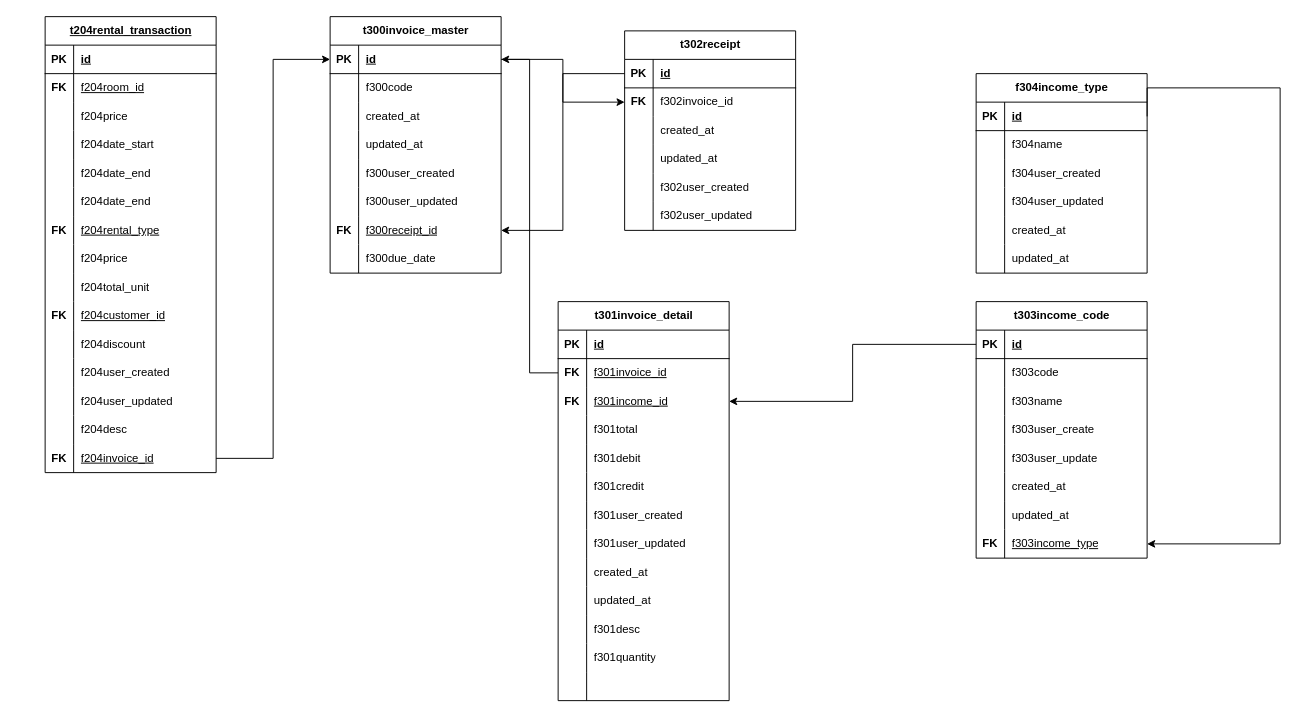
The draw.io diagram page "Billing Management" (2 of 4) of rentall_app.drawio in harishaikal940322/diagram, before the edit. Source tidied: cells renumbered, new cells numbered last; positions are measured from the earlier drawing's top-left corner, leaving out a move shared by most shapes. Both pictures are drawn from the tidied source at 95%, with x=0, y=0 at pixel (45, 16).
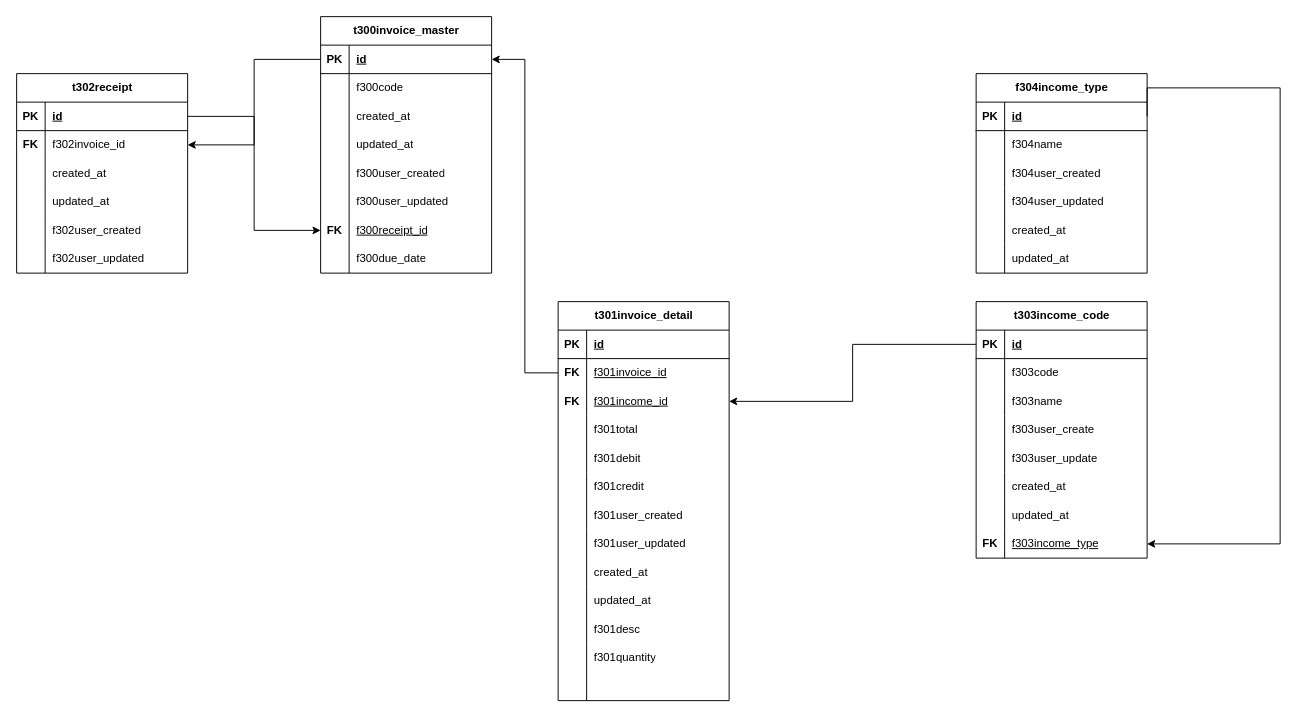
The same diagram, later.

The change refers to these unchanged cells:
```xml
<mxCell id="49" style="shape=tableRow;horizontal=0;startSize=0;swimlaneHead=0;swimlaneBody=0;fillColor=none;points=[[0,0.5],[1,0.5]];portConstraint=eastwest;top=0;left=0;right=0;bottom=1;" parent="48" vertex="1">
  <mxGeometry y="30" width="180" height="30" as="geometry" />
</mxCell>
<mxCell id="67" style="shape=tableRow;horizontal=0;startSize=0;swimlaneHead=0;swimlaneBody=0;fillColor=none;points=[[0,0.5],[1,0.5]];portConstraint=eastwest;top=0;left=0;right=0;bottom=0;" parent="48" vertex="1">
  <mxGeometry y="210" width="180" height="30" as="geometry" />
</mxCell>
<mxCell id="75" style="shape=tableRow;horizontal=0;startSize=0;swimlaneHead=0;swimlaneBody=0;fillColor=none;points=[[0,0.5],[1,0.5]];portConstraint=eastwest;top=0;left=0;right=0;bottom=1;" parent="74" vertex="1">
  <mxGeometry y="30" width="180" height="30" as="geometry" />
</mxCell>
<mxCell id="78" style="shape=tableRow;horizontal=0;startSize=0;swimlaneHead=0;swimlaneBody=0;fillColor=none;points=[[0,0.5],[1,0.5]];portConstraint=eastwest;top=0;left=0;right=0;bottom=0;" parent="74" vertex="1">
  <mxGeometry y="60" width="180" height="30" as="geometry" />
</mxCell>
```

Diff of the diagram source:
```diff
@@
-    <mxCell id="2" value="t204rental_transaction" style="shape=table;startSize=30;childLayout=tableLayout;rowLines=0;fontStyle=5;align=center;html=1;" parent="1" vertex="1">
-      <mxGeometry width="180" height="480" as="geometry" />
-    </mxCell>
-    <mxCell id="3" style="shape=tableRow;horizontal=0;startSize=0;swimlaneHead=0;swimlaneBody=0;fillColor=none;top=0;left=0;right=0;bottom=1;" parent="2" vertex="1">
-      <mxGeometry y="30" width="180" height="30" as="geometry" />
-    </mxCell>
-    <mxCell id="4" value="PK" style="shape=partialRectangle;fillColor=none;top=0;left=0;bottom=0;right=0;fontStyle=1;overflow=hidden;whiteSpace=wrap;html=1;" parent="3" vertex="1">
-      <mxGeometry width="30" height="30" as="geometry" />
-    </mxCell>
-    <mxCell id="5" value="id" style="shape=partialRectangle;fillColor=none;top=0;left=0;bottom=0;right=0;align=left;spacingLeft=6;fontStyle=5;overflow=hidden;whiteSpace=wrap;html=1;" parent="3" vertex="1">
-      <mxGeometry x="30" width="150" height="30" as="geometry" />
-    </mxCell>
-    <mxCell id="6" style="shape=tableRow;horizontal=0;startSize=0;swimlaneHead=0;swimlaneBody=0;fillColor=none;top=0;left=0;right=0;bottom=0;" parent="2" vertex="1">
-      <mxGeometry y="60" width="180" height="30" as="geometry" />
-    </mxCell>
-    <mxCell id="7" value="&lt;b&gt;FK&lt;/b&gt;" style="shape=partialRectangle;fillColor=none;top=0;left=0;bottom=0;right=0;overflow=hidden;whiteSpace=wrap;html=1;" parent="6" vertex="1">
-      <mxGeometry width="30" height="30" as="geometry" />
-    </mxCell>
-    <mxCell id="8" value="&lt;u&gt;f204room_id&lt;/u&gt;" style="shape=partialRectangle;fillColor=none;top=0;left=0;bottom=0;right=0;align=left;spacingLeft=6;overflow=hidden;whiteSpace=wrap;html=1;" parent="6" vertex="1">
-      <mxGeometry x="30" width="150" height="30" as="geometry" />
-    </mxCell>
-    <mxCell id="9" style="shape=tableRow;horizontal=0;startSize=0;swimlaneHead=0;swimlaneBody=0;fillColor=none;top=0;left=0;right=0;bottom=0;" parent="2" vertex="1">
-      <mxGeometry y="90" width="180" height="30" as="geometry" />
-    </mxCell>
-    <mxCell id="10" style="shape=partialRectangle;fillColor=none;top=0;left=0;bottom=0;right=0;overflow=hidden;whiteSpace=wrap;html=1;" parent="9" vertex="1">
-      <mxGeometry width="30" height="30" as="geometry" />
-    </mxCell>
-    <mxCell id="11" value="f204price" style="shape=partialRectangle;fillColor=none;top=0;left=0;bottom=0;right=0;align=left;spacingLeft=6;overflow=hidden;whiteSpace=wrap;html=1;" parent="9" vertex="1">
-      <mxGeometry x="30" width="150" height="30" as="geometry" />
-    </mxCell>
-    <mxCell id="12" style="shape=tableRow;horizontal=0;startSize=0;swimlaneHead=0;swimlaneBody=0;fillColor=none;top=0;left=0;right=0;bottom=0;" parent="2" vertex="1">
-      <mxGeometry y="120" width="180" height="30" as="geometry" />
-    </mxCell>
-    <mxCell id="13" style="shape=partialRectangle;fillColor=none;top=0;left=0;bottom=0;right=0;overflow=hidden;whiteSpace=wrap;html=1;" parent="12" vertex="1">
-      <mxGeometry width="30" height="30" as="geometry" />
-    </mxCell>
-    <mxCell id="14" value="f204date_start" style="shape=partialRectangle;fillColor=none;top=0;left=0;bottom=0;right=0;align=left;spacingLeft=6;overflow=hidden;whiteSpace=wrap;html=1;" parent="12" vertex="1">
-      <mxGeometry x="30" width="150" height="30" as="geometry" />
-    </mxCell>
-    <mxCell id="15" style="shape=tableRow;horizontal=0;startSize=0;swimlaneHead=0;swimlaneBody=0;fillColor=none;top=0;left=0;right=0;bottom=0;" parent="2" vertex="1">
-      <mxGeometry y="150" width="180" height="30" as="geometry" />
-    </mxCell>
-    <mxCell id="16" style="shape=partialRectangle;fillColor=none;top=0;left=0;bottom=0;right=0;overflow=hidden;whiteSpace=wrap;html=1;" parent="15" vertex="1">
-      <mxGeometry width="30" height="30" as="geometry" />
-    </mxCell>
-    <mxCell id="17" value="f204date_end" style="shape=partialRectangle;fillColor=none;top=0;left=0;bottom=0;right=0;align=left;spacingLeft=6;overflow=hidden;whiteSpace=wrap;html=1;" parent="15" vertex="1">
-      <mxGeometry x="30" width="150" height="30" as="geometry" />
-    </mxCell>
-    <mxCell id="18" style="shape=tableRow;horizontal=0;startSize=0;swimlaneHead=0;swimlaneBody=0;fillColor=none;top=0;left=0;right=0;bottom=0;" parent="2" vertex="1">
-      <mxGeometry y="180" width="180" height="30" as="geometry" />
-    </mxCell>
-    <mxCell id="19" style="shape=partialRectangle;fillColor=none;top=0;left=0;bottom=0;right=0;overflow=hidden;whiteSpace=wrap;html=1;" parent="18" vertex="1">
-      <mxGeometry width="30" height="30" as="geometry" />
-    </mxCell>
-    <mxCell id="20" value="f204date_end" style="shape=partialRectangle;fillColor=none;top=0;left=0;bottom=0;right=0;align=left;spacingLeft=6;overflow=hidden;whiteSpace=wrap;html=1;" parent="18" vertex="1">
-      <mxGeometry x="30" width="150" height="30" as="geometry" />
-    </mxCell>
-    <mxCell id="21" style="shape=tableRow;horizontal=0;startSize=0;swimlaneHead=0;swimlaneBody=0;fillColor=none;top=0;left=0;right=0;bottom=0;" parent="2" vertex="1">
-      <mxGeometry y="210" width="180" height="30" as="geometry" />
-    </mxCell>
-    <mxCell id="22" value="&lt;b&gt;FK&lt;/b&gt;" style="shape=partialRectangle;fillColor=none;top=0;left=0;bottom=0;right=0;overflow=hidden;whiteSpace=wrap;html=1;" parent="21" vertex="1">
-      <mxGeometry width="30" height="30" as="geometry" />
-    </mxCell>
-    <mxCell id="23" value="&lt;u&gt;f204rental_type&lt;/u&gt;" style="shape=partialRectangle;fillColor=none;top=0;left=0;bottom=0;right=0;align=left;spacingLeft=6;overflow=hidden;whiteSpace=wrap;html=1;" parent="21" vertex="1">
-      <mxGeometry x="30" width="150" height="30" as="geometry" />
-    </mxCell>
-    <mxCell id="24" style="shape=tableRow;horizontal=0;startSize=0;swimlaneHead=0;swimlaneBody=0;fillColor=none;top=0;left=0;right=0;bottom=0;" parent="2" vertex="1">
-      <mxGeometry y="240" width="180" height="30" as="geometry" />
-    </mxCell>
-    <mxCell id="25" style="shape=partialRectangle;fillColor=none;top=0;left=0;bottom=0;right=0;overflow=hidden;whiteSpace=wrap;html=1;" parent="24" vertex="1">
-      <mxGeometry width="30" height="30" as="geometry" />
-    </mxCell>
-    <mxCell id="26" value="f204price" style="shape=partialRectangle;fillColor=none;top=0;left=0;bottom=0;right=0;align=left;spacingLeft=6;overflow=hidden;whiteSpace=wrap;html=1;" parent="24" vertex="1">
-      <mxGeometry x="30" width="150" height="30" as="geometry" />
-    </mxCell>
-    <mxCell id="27" style="shape=tableRow;horizontal=0;startSize=0;swimlaneHead=0;swimlaneBody=0;fillColor=none;top=0;left=0;right=0;bottom=0;" parent="2" vertex="1">
-      <mxGeometry y="270" width="180" height="30" as="geometry" />
-    </mxCell>
-    <mxCell id="28" style="shape=partialRectangle;fillColor=none;top=0;left=0;bottom=0;right=0;overflow=hidden;whiteSpace=wrap;html=1;" parent="27" vertex="1">
-      <mxGeometry width="30" height="30" as="geometry" />
-    </mxCell>
-    <mxCell id="29" value="f204total_unit" style="shape=partialRectangle;fillColor=none;top=0;left=0;bottom=0;right=0;align=left;spacingLeft=6;overflow=hidden;whiteSpace=wrap;html=1;" parent="27" vertex="1">
-      <mxGeometry x="30" width="150" height="30" as="geometry" />
-    </mxCell>
-    <mxCell id="30" style="shape=tableRow;horizontal=0;startSize=0;swimlaneHead=0;swimlaneBody=0;fillColor=none;top=0;left=0;right=0;bottom=0;" parent="2" vertex="1">
-      <mxGeometry y="300" width="180" height="30" as="geometry" />
-    </mxCell>
-    <mxCell id="31" value="&lt;b style=&quot;border-color: var(--border-color);&quot;&gt;FK&lt;/b&gt;" style="shape=partialRectangle;fillColor=none;top=0;left=0;bottom=0;right=0;overflow=hidden;whiteSpace=wrap;html=1;" parent="30" vertex="1">
-      <mxGeometry width="30" height="30" as="geometry" />
-    </mxCell>
-    <mxCell id="32" value="f204customer_id" style="shape=partialRectangle;fillColor=none;top=0;left=0;bottom=0;right=0;align=left;spacingLeft=6;overflow=hidden;whiteSpace=wrap;html=1;fontStyle=4;" parent="30" vertex="1">
-      <mxGeometry x="30" width="150" height="30" as="geometry" />
-    </mxCell>
-    <mxCell id="33" style="shape=tableRow;horizontal=0;startSize=0;swimlaneHead=0;swimlaneBody=0;fillColor=none;top=0;left=0;right=0;bottom=0;" parent="2" vertex="1">
-      <mxGeometry y="330" width="180" height="30" as="geometry" />
-    </mxCell>
-    <mxCell id="34" style="shape=partialRectangle;fillColor=none;top=0;left=0;bottom=0;right=0;overflow=hidden;whiteSpace=wrap;html=1;" parent="33" vertex="1">
-      <mxGeometry width="30" height="30" as="geometry" />
-    </mxCell>
-    <mxCell id="35" value="f204discount" style="shape=partialRectangle;fillColor=none;top=0;left=0;bottom=0;right=0;align=left;spacingLeft=6;overflow=hidden;whiteSpace=wrap;html=1;fontStyle=0;" parent="33" vertex="1">
-      <mxGeometry x="30" width="150" height="30" as="geometry" />
-    </mxCell>
-    <mxCell id="36" style="shape=tableRow;horizontal=0;startSize=0;swimlaneHead=0;swimlaneBody=0;fillColor=none;top=0;left=0;right=0;bottom=0;" parent="2" vertex="1">
-      <mxGeometry y="360" width="180" height="30" as="geometry" />
-    </mxCell>
-    <mxCell id="37" style="shape=partialRectangle;fillColor=none;top=0;left=0;bottom=0;right=0;overflow=hidden;whiteSpace=wrap;html=1;" parent="36" vertex="1">
-      <mxGeometry width="30" height="30" as="geometry" />
-    </mxCell>
-    <mxCell id="38" value="f204user_created" style="shape=partialRectangle;fillColor=none;top=0;left=0;bottom=0;right=0;align=left;spacingLeft=6;overflow=hidden;whiteSpace=wrap;html=1;fontStyle=0;" parent="36" vertex="1">
-      <mxGeometry x="30" width="150" height="30" as="geometry" />
-    </mxCell>
-    <mxCell id="39" style="shape=tableRow;horizontal=0;startSize=0;swimlaneHead=0;swimlaneBody=0;fillColor=none;top=0;left=0;right=0;bottom=0;" parent="2" vertex="1">
-      <mxGeometry y="390" width="180" height="30" as="geometry" />
-    </mxCell>
-    <mxCell id="40" style="shape=partialRectangle;fillColor=none;top=0;left=0;bottom=0;right=0;overflow=hidden;whiteSpace=wrap;html=1;" parent="39" vertex="1">
-      <mxGeometry width="30" height="30" as="geometry" />
-    </mxCell>
-    <mxCell id="41" value="f204user_updated" style="shape=partialRectangle;fillColor=none;top=0;left=0;bottom=0;right=0;align=left;spacingLeft=6;overflow=hidden;whiteSpace=wrap;html=1;fontStyle=0;" parent="39" vertex="1">
-      <mxGeometry x="30" width="150" height="30" as="geometry" />
-    </mxCell>
-    <mxCell id="42" style="shape=tableRow;horizontal=0;startSize=0;swimlaneHead=0;swimlaneBody=0;fillColor=none;top=0;left=0;right=0;bottom=0;" parent="2" vertex="1">
-      <mxGeometry y="420" width="180" height="30" as="geometry" />
-    </mxCell>
-    <mxCell id="43" style="shape=partialRectangle;fillColor=none;top=0;left=0;bottom=0;right=0;overflow=hidden;whiteSpace=wrap;html=1;" parent="42" vertex="1">
-      <mxGeometry width="30" height="30" as="geometry" />
-    </mxCell>
-    <mxCell id="44" value="f204desc" style="shape=partialRectangle;fillColor=none;top=0;left=0;bottom=0;right=0;align=left;spacingLeft=6;overflow=hidden;whiteSpace=wrap;html=1;fontStyle=0;" parent="42" vertex="1">
-      <mxGeometry x="30" width="150" height="30" as="geometry" />
-    </mxCell>
-    <mxCell id="45" style="shape=tableRow;horizontal=0;startSize=0;swimlaneHead=0;swimlaneBody=0;fillColor=none;points=[[0,0.5],[1,0.5]];portConstraint=eastwest;top=0;left=0;right=0;bottom=0;" parent="2" vertex="1">
-      <mxGeometry y="450" width="180" height="30" as="geometry" />
-    </mxCell>
-    <mxCell id="46" value="&lt;b&gt;FK&lt;/b&gt;" style="shape=partialRectangle;fillColor=none;top=0;left=0;bottom=0;right=0;overflow=hidden;whiteSpace=wrap;html=1;" parent="45" vertex="1">
-      <mxGeometry width="30" height="30" as="geometry" />
-    </mxCell>
-    <mxCell id="47" value="&lt;u&gt;f204invoice_id&lt;/u&gt;" style="shape=partialRectangle;fillColor=none;top=0;left=0;bottom=0;right=0;align=left;spacingLeft=6;overflow=hidden;whiteSpace=wrap;html=1;fontStyle=0;" parent="45" vertex="1">
-      <mxGeometry x="30" width="150" height="30" as="geometry" />
-    </mxCell>
     <mxCell id="48" value="t300invoice_master" style="shape=table;startSize=30;childLayout=tableLayout;rowLines=0;fontStyle=1;align=center;html=1;" parent="1" vertex="1">
-      <mxGeometry x="300" width="180" height="270" as="geometry" />
+      <mxGeometry x="290" width="180" height="270" as="geometry" />
     </mxCell>
@@
-    <mxCell id="73" style="edgeStyle=orthogonalEdgeStyle;rounded=0;jettySize=auto;html=1;exitX=1;exitY=0.5;exitDx=0;exitDy=0;" parent="1" edge="1" source="45" target="49">
-      <mxGeometry relative="1" as="geometry" />
-    </mxCell>
     <mxCell id="74" value="t302receipt" style="shape=table;startSize=30;childLayout=tableLayout;rowLines=0;fontStyle=1;align=center;html=1;" parent="1" vertex="1">
-      <mxGeometry x="610" y="15" width="180" height="210" as="geometry" />
+      <mxGeometry x="-30" y="60" width="180" height="210" as="geometry" />
     </mxCell>
@@
-    <mxCell id="93" style="edgeStyle=orthogonalEdgeStyle;rounded=0;jettySize=auto;html=1;exitX=0;exitY=0.5;exitDx=0;exitDy=0;entryX=1;entryY=0.5;entryDx=0;entryDy=0;" parent="1" edge="1" source="75" target="67">
-      <mxGeometry relative="1" as="geometry" />
-    </mxCell>
-    <mxCell id="94" style="edgeStyle=orthogonalEdgeStyle;rounded=0;jettySize=auto;html=1;exitX=1;exitY=0.5;exitDx=0;exitDy=0;" parent="1" edge="1" source="49" target="78">
-      <mxGeometry relative="1" as="geometry" />
-    </mxCell>
@@
+    <mxCell id="93" style="edgeStyle=orthogonalEdgeStyle;rounded=0;jettySize=auto;html=1;exitX=1;exitY=0.5;exitDx=0;exitDy=0;" parent="1" edge="1" source="75" target="67">
+      <mxGeometry relative="1" as="geometry" />
+    </mxCell>
+    <mxCell id="94" style="edgeStyle=orthogonalEdgeStyle;rounded=0;jettySize=auto;html=1;exitX=0;exitY=0.5;exitDx=0;exitDy=0;entryX=1;entryY=0.5;entryDx=0;entryDy=0;" parent="1" edge="1" source="49" target="78">
+      <mxGeometry relative="1" as="geometry" />
+    </mxCell>
```
